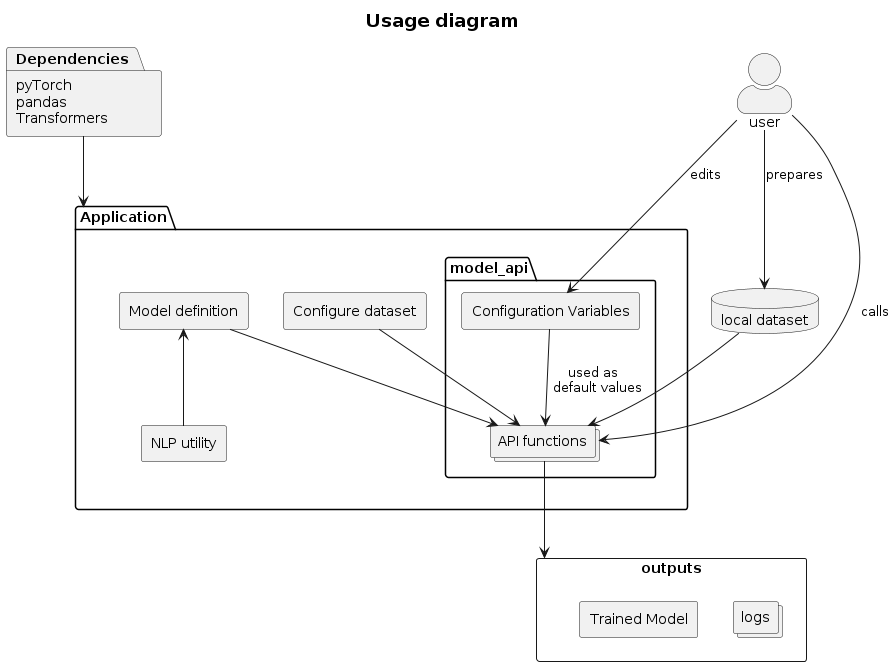
Before: usage.png, a diagram exported from PlantUML (enbaxa/TFM).
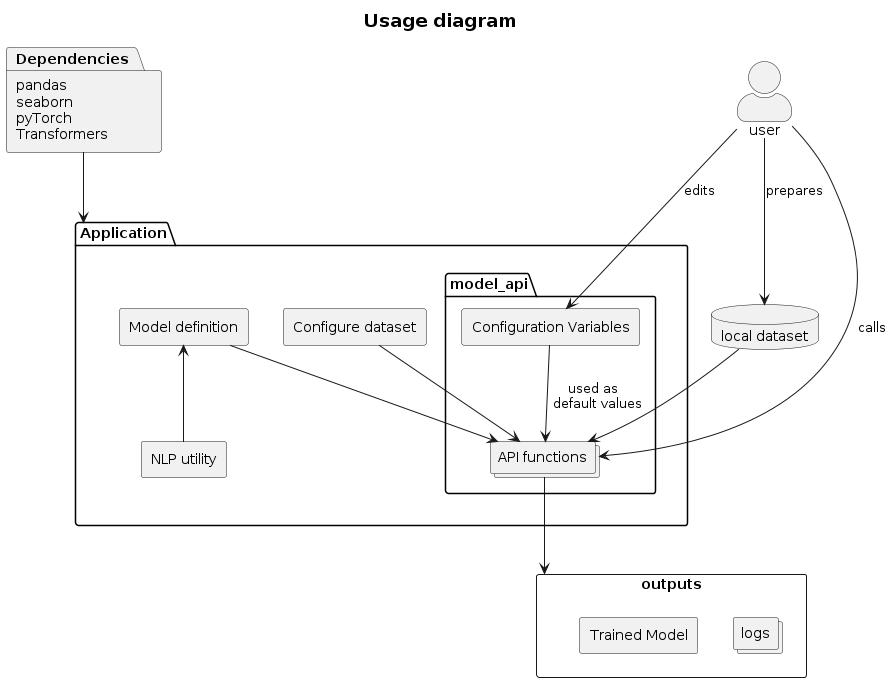
The same diagram one commit later.

Commit message:
Added seaborn dependency to the usage graph.

The edit, as a diff of the source:
```diff
@@ -4,8 +4,9 @@
 allowmixing
 
 package Dependencies[
+    pandas
+    seaborn
     pyTorch
-    pandas
     Transformers
 ]
 
```
